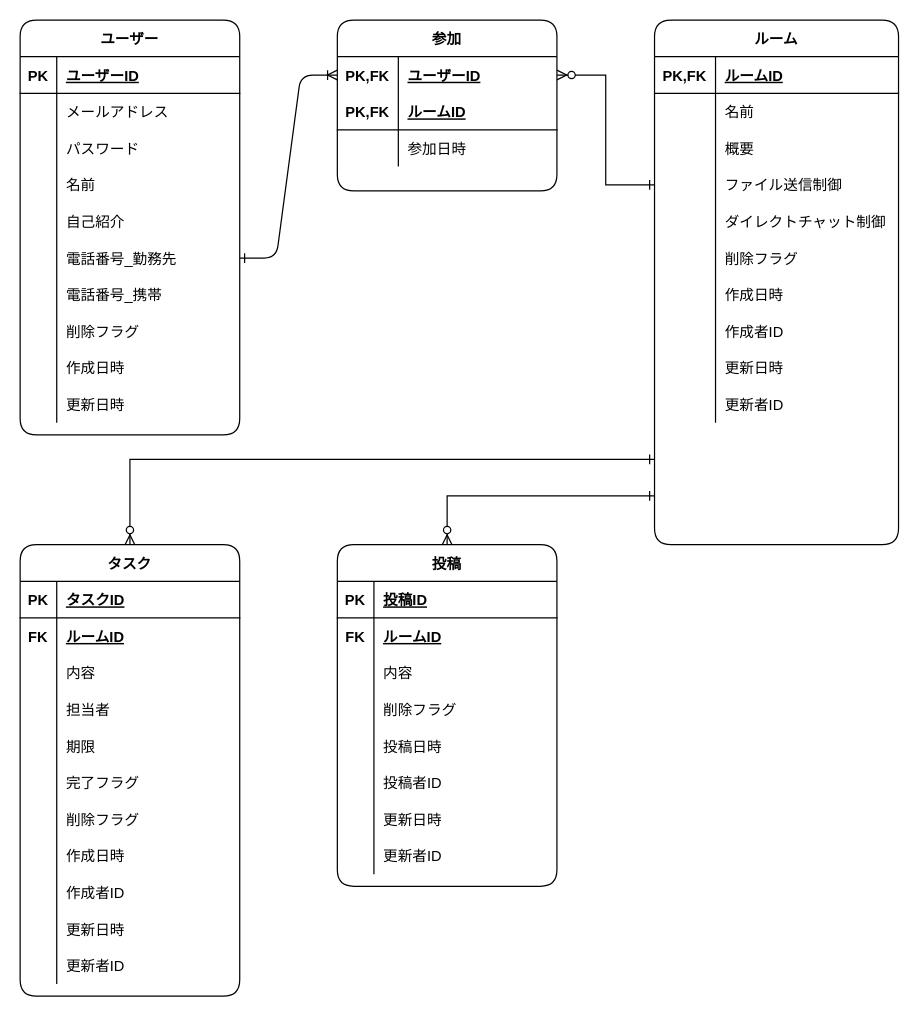
The draw.io diagram db/db-challenge1/er.drawio in sassamori/quelcode-db, before the edit. Source tidied: cells renumbered, new cells numbered last; positions are measured from the earlier drawing's top-left corner, leaving out a move shared by most shapes. Both pictures are drawn from the tidied source at 122%, with x=0, y=0 at pixel (20, 20).
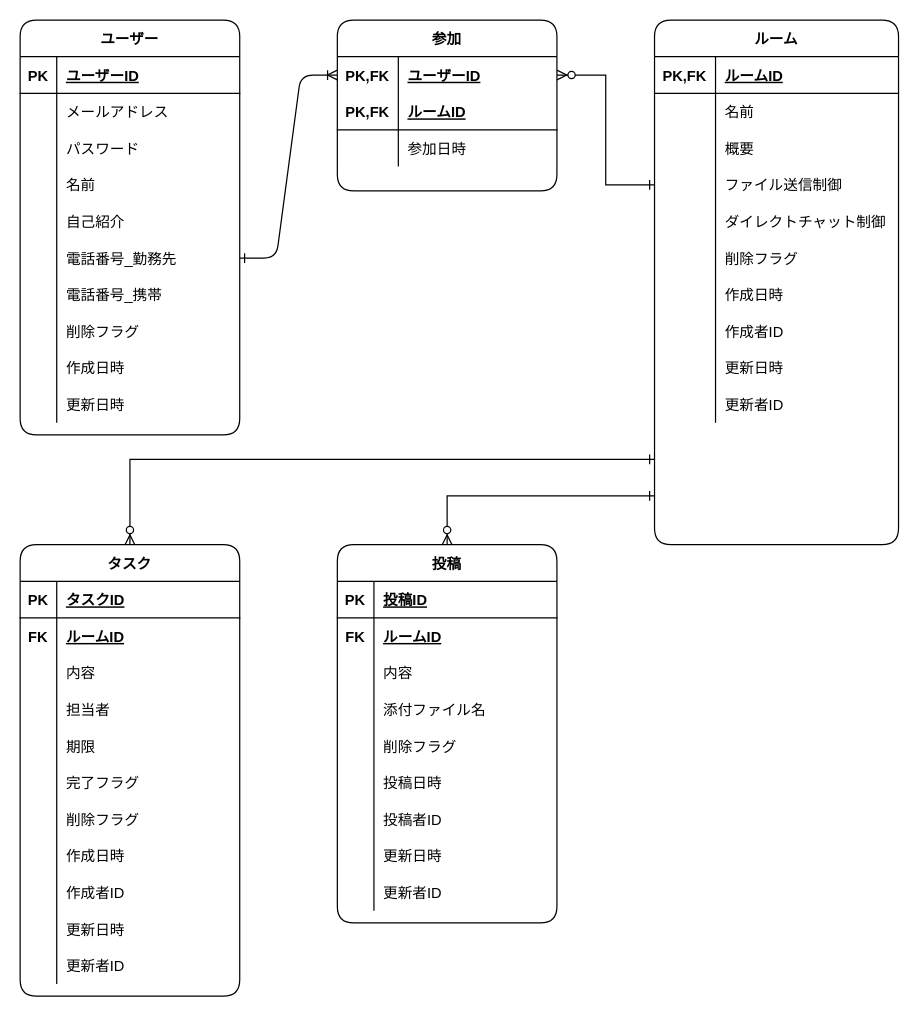
Above is the later version.

Commit message (it also covers changes not shown here):
データベース定義書の作成

Change to the diagram source:
```diff
@@
     <mxCell id="78" value="投稿" style="shape=table;startSize=30;childLayout=tableLayout;rowLines=0;fontStyle=1;align=center;rounded=1;" parent="1" vertex="1">
-      <mxGeometry x="260" y="430" width="180" height="280" as="geometry" />
+      <mxGeometry x="260" y="430" width="180" height="310" as="geometry" />
     </mxCell>
@@
+    <mxCell id="137" style="shape=partialRectangle;fillColor=none;top=0;left=0;bottom=0;right=0;" parent="78" vertex="1">
+      <mxGeometry y="120" width="180" height="30" as="geometry" />
+    </mxCell>
+    <mxCell id="138" style="shape=partialRectangle;fillColor=none;top=0;left=0;bottom=0;right=0;overflow=hidden;" parent="137" vertex="1">
+      <mxGeometry width="30" height="30" as="geometry" />
+    </mxCell>
+    <mxCell id="139" value="添付ファイル名" style="shape=partialRectangle;fillColor=none;top=0;left=0;bottom=0;right=0;align=left;spacingLeft=6;overflow=hidden;" parent="137" vertex="1">
+      <mxGeometry x="30" width="150" height="30" as="geometry" />
+    </mxCell>
     <mxCell id="88" style="shape=partialRectangle;fillColor=none;top=0;left=0;bottom=0;right=0;" parent="78" vertex="1">
-      <mxGeometry y="120" width="180" height="30" as="geometry" />
+      <mxGeometry y="150" width="180" height="30" as="geometry" />
     </mxCell>
@@
     <mxCell id="91" style="shape=partialRectangle;fillColor=none;top=0;left=0;bottom=0;right=0;rounded=1;" parent="78" vertex="1">
-      <mxGeometry y="150" width="180" height="30" as="geometry" />
+      <mxGeometry y="180" width="180" height="30" as="geometry" />
     </mxCell>
@@
     <mxCell id="94" style="shape=partialRectangle;fillColor=none;top=0;left=0;bottom=0;right=0;rounded=1;" parent="78" vertex="1">
-      <mxGeometry y="180" width="180" height="30" as="geometry" />
+      <mxGeometry y="210" width="180" height="30" as="geometry" />
     </mxCell>
@@
     <mxCell id="97" style="shape=partialRectangle;fillColor=none;top=0;left=0;bottom=0;right=0;rounded=1;" parent="78" vertex="1">
-      <mxGeometry y="210" width="180" height="30" as="geometry" />
+      <mxGeometry y="240" width="180" height="30" as="geometry" />
     </mxCell>
@@
     <mxCell id="100" style="shape=partialRectangle;fillColor=none;top=0;left=0;bottom=0;right=0;rounded=1;" parent="78" vertex="1">
-      <mxGeometry y="240" width="180" height="30" as="geometry" />
+      <mxGeometry y="270" width="180" height="30" as="geometry" />
     </mxCell>
```
